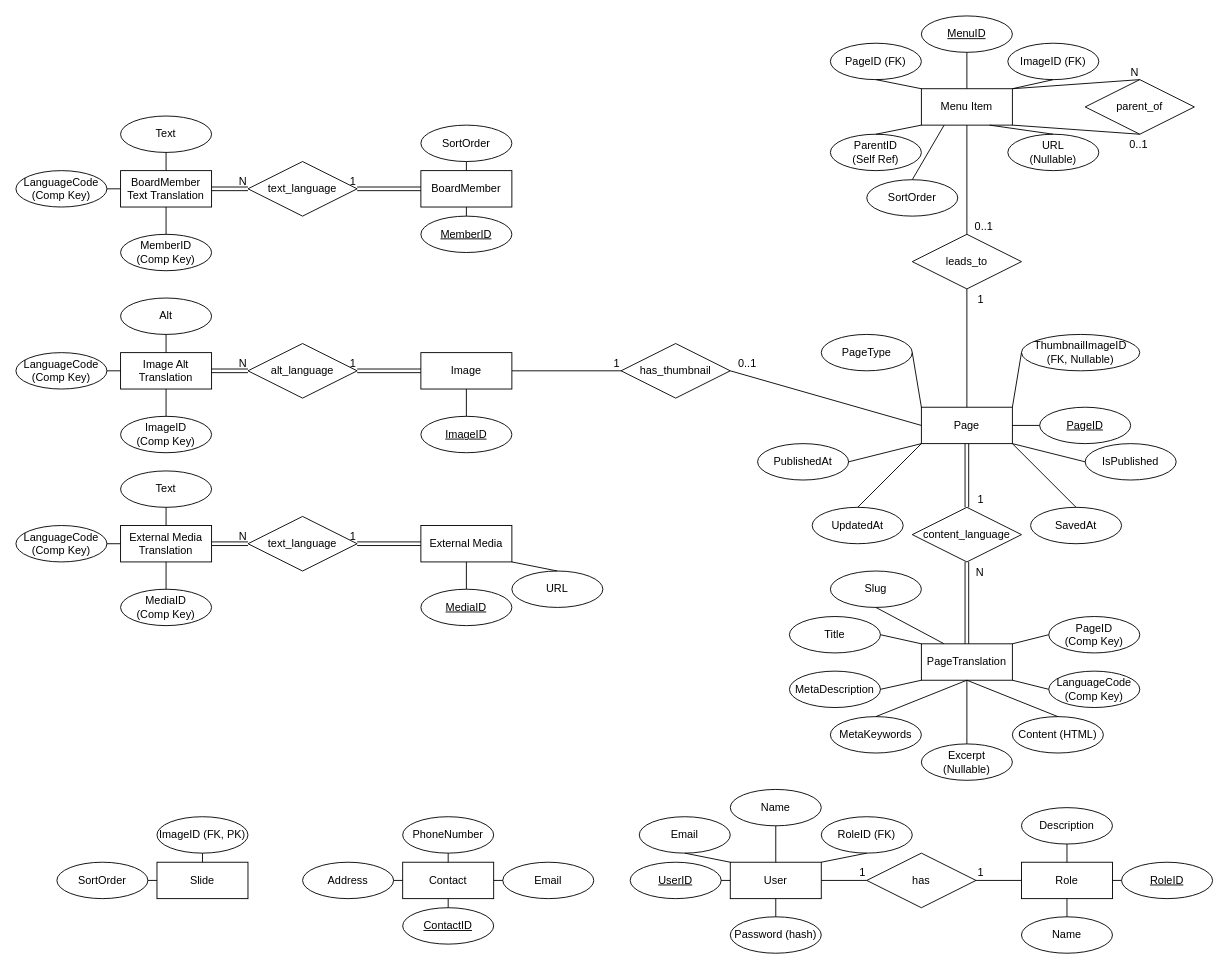
The draw.io diagram ER-diagram.drawio in C4ndyFl4mes/MalgomajFVOFCMS, before the edit. Source tidied: cells renumbered, new cells numbered last; positions are measured from the earlier drawing's top-left corner, leaving out a move shared by most shapes. Both pictures are drawn from the tidied source at 91%, with x=0, y=0 at pixel (15, 15).
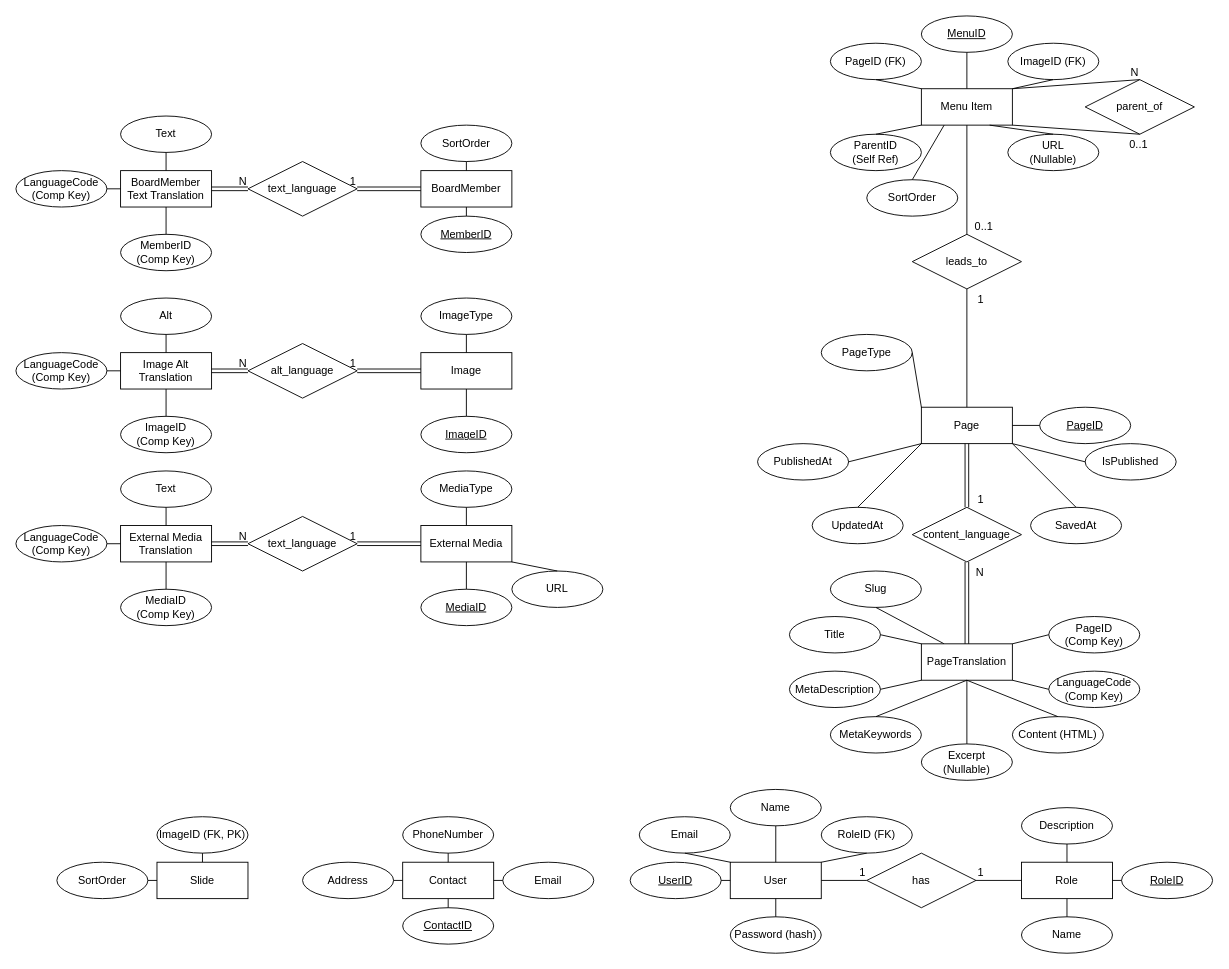
Above is the later version.

The change refers to these unchanged cells:
```xml
<mxCell id="2" value="Page" style="whiteSpace=wrap;html=1;align=center;" parent="1" vertex="1">
  <mxGeometry x="995" y="430" width="100" height="40" as="geometry" />
</mxCell>
<mxCell id="9" value="Image" style="whiteSpace=wrap;html=1;align=center;" parent="1" vertex="1">
  <mxGeometry x="445" y="370" width="100" height="40" as="geometry" />
</mxCell>
<mxCell id="10" value="External Media" style="whiteSpace=wrap;html=1;align=center;" parent="1" vertex="1">
  <mxGeometry x="445" y="560" width="100" height="40" as="geometry" />
</mxCell>
```

The edit, as a diff of the source:
```diff
@@
-    <mxCell id="49" value="has_thumbnail" style="shape=rhombus;perimeter=rhombusPerimeter;whiteSpace=wrap;html=1;align=center;" parent="1" vertex="1">
-      <mxGeometry x="665" y="360" width="120" height="60" as="geometry" />
-    </mxCell>
@@
-    <mxCell id="78" style="endArrow=none;html=1;rounded=0;exitX=1;exitY=0.5;exitDx=0;exitDy=0;entryX=0;entryY=0.5;entryDx=0;entryDy=0;" parent="1" edge="1" source="9" target="49">
-      <mxGeometry relative="1" as="geometry" />
-    </mxCell>
-    <mxCell id="79" value="1" style="html=1;whiteSpace=wrap;align=right;verticalAlign=bottom;" parent="78" vertex="1">
-      <mxGeometry x="1" relative="1" as="geometry" />
-    </mxCell>
-    <mxCell id="80" style="endArrow=none;html=1;rounded=0;entryX=1;entryY=0.5;entryDx=0;entryDy=0;exitX=0;exitY=0.5;exitDx=0;exitDy=0;" parent="1" edge="1" source="2" target="49">
-      <mxGeometry relative="1" as="geometry" />
-    </mxCell>
-    <mxCell id="81" value="0..1" style="html=1;whiteSpace=wrap;align=right;verticalAlign=bottom;" parent="80" vertex="1">
-      <mxGeometry x="1" relative="1" as="geometry">
-        <mxPoint x="30" as="offset" />
-      </mxGeometry>
-    </mxCell>
@@
-    <mxCell id="136" value="ThumbnailImageID&lt;div&gt;(FK, Nullable)&lt;/div&gt;" style="ellipse;whiteSpace=wrap;html=1;align=center;" parent="1" vertex="1">
-      <mxGeometry x="1105" y="350" width="130" height="40" as="geometry" />
-    </mxCell>
-    <mxCell id="137" style="endArrow=none;html=1;rounded=0;exitX=0;exitY=0.5;exitDx=0;exitDy=0;entryX=1;entryY=0;entryDx=0;entryDy=0;" parent="1" edge="1" source="136" target="2">
-      <mxGeometry relative="1" as="geometry" />
-    </mxCell>
@@
+    <mxCell id="153" value="ImageType" style="ellipse;whiteSpace=wrap;html=1;align=center;" parent="1" vertex="1">
+      <mxGeometry x="445" y="310" width="100" height="40" as="geometry" />
+    </mxCell>
+    <mxCell id="154" style="endArrow=none;html=1;rounded=0;exitX=0.5;exitY=1;exitDx=0;exitDy=0;entryX=0.5;entryY=0;entryDx=0;entryDy=0;" parent="1" edge="1" source="153" target="9">
+      <mxGeometry relative="1" as="geometry" />
+    </mxCell>
+    <mxCell id="155" value="MediaType" style="ellipse;whiteSpace=wrap;html=1;align=center;" parent="1" vertex="1">
+      <mxGeometry x="445" y="500" width="100" height="40" as="geometry" />
+    </mxCell>
+    <mxCell id="156" style="endArrow=none;html=1;rounded=0;exitX=0.5;exitY=1;exitDx=0;exitDy=0;entryX=0.5;entryY=0;entryDx=0;entryDy=0;" parent="1" edge="1" source="155" target="10">
+      <mxGeometry relative="1" as="geometry" />
+    </mxCell>
```
